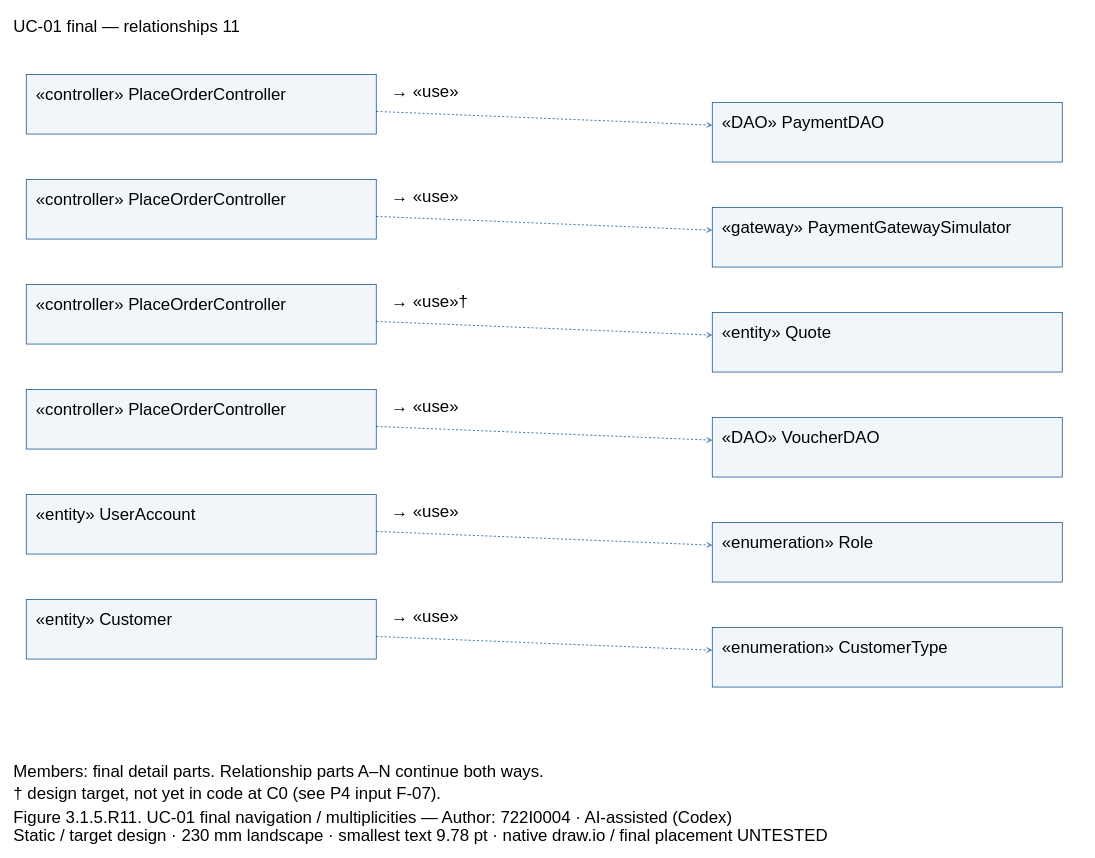
This is models/UC-01/dcd_uc01_final_links_PartK.drawio from Dat071104/SaigonBite, a draw.io file, before an edit. Source tidied: cells renumbered, new cells numbered last; positions are measured from the earlier drawing's top-left corner, leaving out a move shared by most shapes. Both pictures are drawn from the tidied source at 70%, with x=0, y=0 at pixel (12, 12).
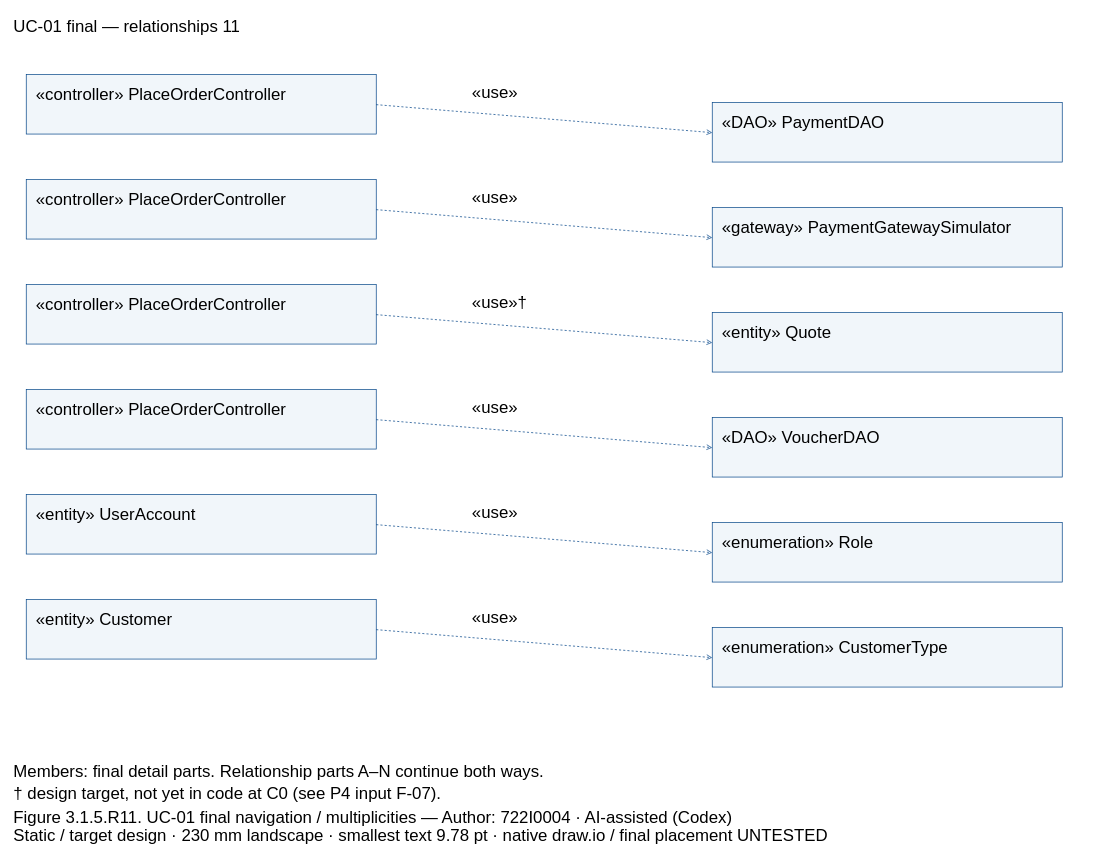
The same page after the edit.

The change refers to these unchanged cells:
```xml
<mxCell id="3" style="fillColor=#F1F6FA;strokeColor=#004387;fontFamily=Arial;fontSize=24;whiteSpace=wrap;html=0;" parent="1" vertex="1">
  <mxGeometry x="20" y="89" width="500" height="85" as="geometry" />
</mxCell>
<mxCell id="5" style="fillColor=#F1F6FA;strokeColor=#004387;fontFamily=Arial;fontSize=24;whiteSpace=wrap;html=0;" parent="1" vertex="1">
  <mxGeometry x="1000" y="129" width="500" height="85" as="geometry" />
</mxCell>
<mxCell id="7" style="fillColor=#F1F6FA;strokeColor=#004387;fontFamily=Arial;fontSize=24;whiteSpace=wrap;html=0;" parent="1" vertex="1">
  <mxGeometry x="20" y="239" width="500" height="85" as="geometry" />
</mxCell>
<mxCell id="9" style="fillColor=#F1F6FA;strokeColor=#004387;fontFamily=Arial;fontSize=24;whiteSpace=wrap;html=0;" parent="1" vertex="1">
  <mxGeometry x="1000" y="279" width="500" height="85" as="geometry" />
</mxCell>
<mxCell id="11" style="fillColor=#F1F6FA;strokeColor=#004387;fontFamily=Arial;fontSize=24;whiteSpace=wrap;html=0;" parent="1" vertex="1">
  <mxGeometry x="20" y="389" width="500" height="85" as="geometry" />
</mxCell>
<mxCell id="13" style="fillColor=#F1F6FA;strokeColor=#004387;fontFamily=Arial;fontSize=24;whiteSpace=wrap;html=0;" parent="1" vertex="1">
  <mxGeometry x="1000" y="429" width="500" height="85" as="geometry" />
</mxCell>
<mxCell id="15" style="fillColor=#F1F6FA;strokeColor=#004387;fontFamily=Arial;fontSize=24;whiteSpace=wrap;html=0;" parent="1" vertex="1">
  <mxGeometry x="20" y="539" width="500" height="85" as="geometry" />
</mxCell>
<mxCell id="17" style="fillColor=#F1F6FA;strokeColor=#004387;fontFamily=Arial;fontSize=24;whiteSpace=wrap;html=0;" parent="1" vertex="1">
  <mxGeometry x="1000" y="579" width="500" height="85" as="geometry" />
</mxCell>
<mxCell id="19" style="fillColor=#F1F6FA;strokeColor=#004387;fontFamily=Arial;fontSize=24;whiteSpace=wrap;html=0;" parent="1" vertex="1">
  <mxGeometry x="20" y="689" width="500" height="85" as="geometry" />
</mxCell>
<mxCell id="21" style="fillColor=#F1F6FA;strokeColor=#004387;fontFamily=Arial;fontSize=24;whiteSpace=wrap;html=0;" parent="1" vertex="1">
  <mxGeometry x="1000" y="729" width="500" height="85" as="geometry" />
</mxCell>
<mxCell id="23" style="fillColor=#F1F6FA;strokeColor=#004387;fontFamily=Arial;fontSize=24;whiteSpace=wrap;html=0;" parent="1" vertex="1">
  <mxGeometry x="20" y="839" width="500" height="85" as="geometry" />
</mxCell>
<mxCell id="25" style="fillColor=#F1F6FA;strokeColor=#004387;fontFamily=Arial;fontSize=24;whiteSpace=wrap;html=0;" parent="1" vertex="1">
  <mxGeometry x="1000" y="879" width="500" height="85" as="geometry" />
</mxCell>
```

The edit, as a diff of the source:
```diff
@@
-    <mxCell id="27" style="edgeStyle=none;endArrow=open;dashed=1;strokeColor=#004387;" parent="1" edge="1" source="3" target="5">
+    <mxCell id="27" style="edgeStyle=none;endArrow=open;endFill=0;dashed=1;strokeColor=#004387;exitX=1.0;exitY=0.5058823529411764;exitPerimeter=0;entryX=0.0;entryY=0.5058823529411764;entryPerimeter=0;" parent="1" edge="1" source="3" target="5">
       <mxGeometry relative="1" as="geometry" />
     </mxCell>
-    <mxCell id="28" value="→ «use»" style="text;align=left;verticalAlign=top;strokeColor=none;fillColor=none;fontFamily=Arial;fontSize=24;whiteSpace=wrap;html=0;" parent="1" vertex="1">
-      <mxGeometry x="540" y="93" width="440" height="27.6" as="geometry" />
-    </mxCell>
+    <mxCell id="43" value="«use»" style="text;align=left;verticalAlign=top;strokeColor=none;fillColor=none;fontFamily=Arial;fontSize=24;whiteSpace=wrap;html=0;" parent="1" vertex="1">
+      <mxGeometry x="655" y="94" width="330" height="27.6" as="geometry" />
+    </mxCell>
-    <mxCell id="29" style="edgeStyle=none;endArrow=open;dashed=1;strokeColor=#004387;" parent="1" edge="1" source="7" target="9">
+    <mxCell id="29" style="edgeStyle=none;endArrow=open;endFill=0;dashed=1;strokeColor=#004387;exitX=1.0;exitY=0.5058823529411764;exitPerimeter=0;entryX=0.0;entryY=0.5058823529411764;entryPerimeter=0;" parent="1" edge="1" source="7" target="9">
       <mxGeometry relative="1" as="geometry" />
     </mxCell>
-    <mxCell id="30" value="→ «use»" style="text;align=left;verticalAlign=top;strokeColor=none;fillColor=none;fontFamily=Arial;fontSize=24;whiteSpace=wrap;html=0;" parent="1" vertex="1">
-      <mxGeometry x="540" y="243" width="440" height="27.6" as="geometry" />
-    </mxCell>
+    <mxCell id="44" value="«use»" style="text;align=left;verticalAlign=top;strokeColor=none;fillColor=none;fontFamily=Arial;fontSize=24;whiteSpace=wrap;html=0;" parent="1" vertex="1">
+      <mxGeometry x="655" y="244" width="330" height="27.6" as="geometry" />
+    </mxCell>
-    <mxCell id="31" style="edgeStyle=none;endArrow=open;dashed=1;strokeColor=#004387;" parent="1" edge="1" source="11" target="13">
+    <mxCell id="31" style="edgeStyle=none;endArrow=open;endFill=0;dashed=1;strokeColor=#004387;exitX=1.0;exitY=0.5058823529411764;exitPerimeter=0;entryX=0.0;entryY=0.5058823529411764;entryPerimeter=0;" parent="1" edge="1" source="11" target="13">
       <mxGeometry relative="1" as="geometry" />
     </mxCell>
-    <mxCell id="32" value="→ «use»†" style="text;align=left;verticalAlign=top;strokeColor=none;fillColor=none;fontFamily=Arial;fontSize=24;whiteSpace=wrap;html=0;" parent="1" vertex="1">
-      <mxGeometry x="540" y="393" width="440" height="27.6" as="geometry" />
-    </mxCell>
+    <mxCell id="45" value="«use»†" style="text;align=left;verticalAlign=top;strokeColor=none;fillColor=none;fontFamily=Arial;fontSize=24;whiteSpace=wrap;html=0;" parent="1" vertex="1">
+      <mxGeometry x="655" y="394" width="330" height="27.6" as="geometry" />
+    </mxCell>
-    <mxCell id="33" style="edgeStyle=none;endArrow=open;dashed=1;strokeColor=#004387;" parent="1" edge="1" source="15" target="17">
+    <mxCell id="33" style="edgeStyle=none;endArrow=open;endFill=0;dashed=1;strokeColor=#004387;exitX=1.0;exitY=0.5058823529411764;exitPerimeter=0;entryX=0.0;entryY=0.5058823529411764;entryPerimeter=0;" parent="1" edge="1" source="15" target="17">
       <mxGeometry relative="1" as="geometry" />
     </mxCell>
-    <mxCell id="34" value="→ «use»" style="text;align=left;verticalAlign=top;strokeColor=none;fillColor=none;fontFamily=Arial;fontSize=24;whiteSpace=wrap;html=0;" parent="1" vertex="1">
-      <mxGeometry x="540" y="543" width="440" height="27.6" as="geometry" />
-    </mxCell>
+    <mxCell id="46" value="«use»" style="text;align=left;verticalAlign=top;strokeColor=none;fillColor=none;fontFamily=Arial;fontSize=24;whiteSpace=wrap;html=0;" parent="1" vertex="1">
+      <mxGeometry x="655" y="544" width="330" height="27.6" as="geometry" />
+    </mxCell>
-    <mxCell id="35" style="edgeStyle=none;endArrow=open;dashed=1;strokeColor=#004387;" parent="1" edge="1" source="19" target="21">
+    <mxCell id="35" style="edgeStyle=none;endArrow=open;endFill=0;dashed=1;strokeColor=#004387;exitX=1.0;exitY=0.5058823529411764;exitPerimeter=0;entryX=0.0;entryY=0.5058823529411764;entryPerimeter=0;" parent="1" edge="1" source="19" target="21">
       <mxGeometry relative="1" as="geometry" />
     </mxCell>
-    <mxCell id="36" value="→ «use»" style="text;align=left;verticalAlign=top;strokeColor=none;fillColor=none;fontFamily=Arial;fontSize=24;whiteSpace=wrap;html=0;" parent="1" vertex="1">
-      <mxGeometry x="540" y="693" width="440" height="27.6" as="geometry" />
-    </mxCell>
+    <mxCell id="47" value="«use»" style="text;align=left;verticalAlign=top;strokeColor=none;fillColor=none;fontFamily=Arial;fontSize=24;whiteSpace=wrap;html=0;" parent="1" vertex="1">
+      <mxGeometry x="655" y="694" width="330" height="27.6" as="geometry" />
+    </mxCell>
-    <mxCell id="37" style="edgeStyle=none;endArrow=open;dashed=1;strokeColor=#004387;" parent="1" edge="1" source="23" target="25">
+    <mxCell id="37" style="edgeStyle=none;endArrow=open;endFill=0;dashed=1;strokeColor=#004387;exitX=1.0;exitY=0.5058823529411764;exitPerimeter=0;entryX=0.0;entryY=0.5058823529411764;entryPerimeter=0;" parent="1" edge="1" source="23" target="25">
       <mxGeometry relative="1" as="geometry" />
     </mxCell>
-    <mxCell id="38" value="→ «use»" style="text;align=left;verticalAlign=top;strokeColor=none;fillColor=none;fontFamily=Arial;fontSize=24;whiteSpace=wrap;html=0;" parent="1" vertex="1">
-      <mxGeometry x="540" y="843" width="440" height="27.6" as="geometry" />
-    </mxCell>
+    <mxCell id="48" value="«use»" style="text;align=left;verticalAlign=top;strokeColor=none;fillColor=none;fontFamily=Arial;fontSize=24;whiteSpace=wrap;html=0;" parent="1" vertex="1">
+      <mxGeometry x="655" y="844" width="330" height="27.6" as="geometry" />
+    </mxCell>
```
